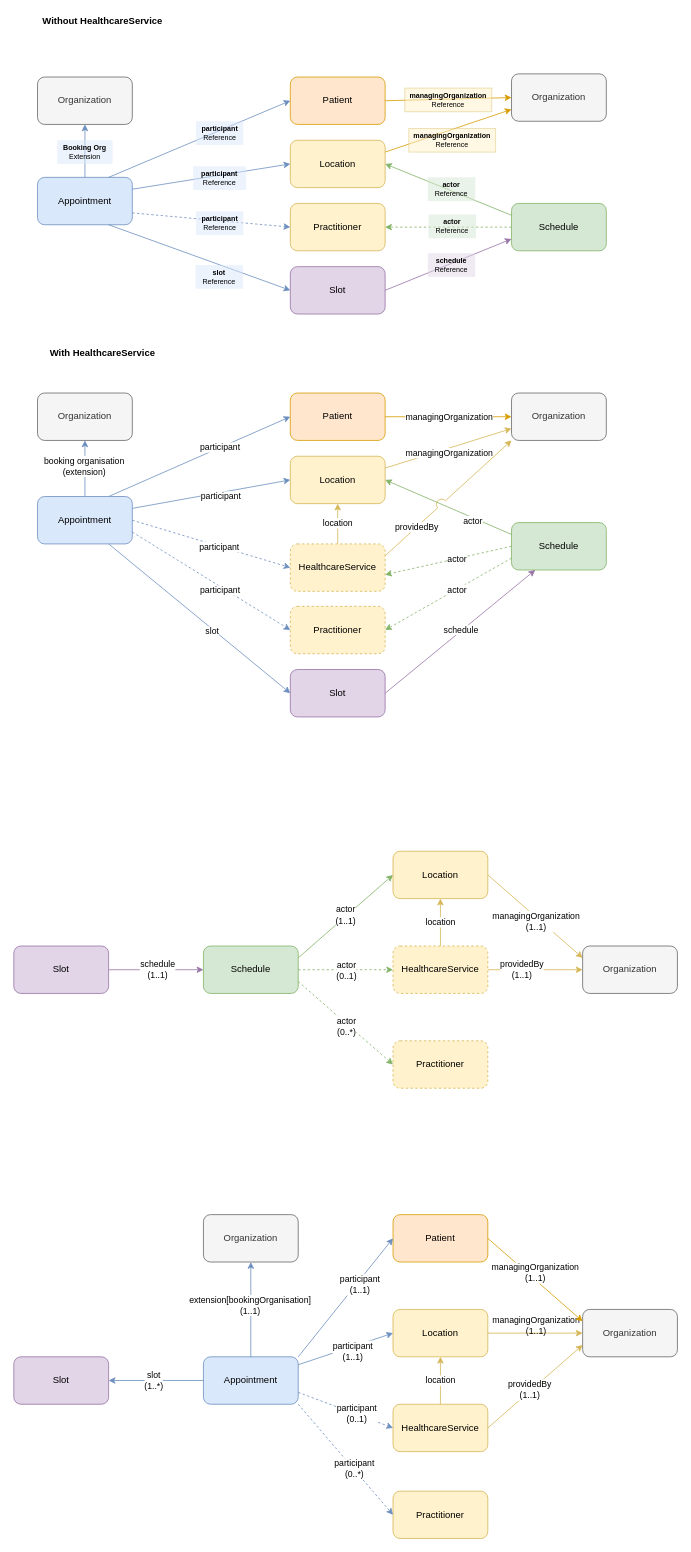
The draw.io diagram _diagrams-source/Draw.io/appointments-resource-relationships.drawio in nhsconnect/gpconnect, before the edit. Source tidied: cells renumbered, new cells numbered last; positions are measured from the earlier drawing's top-left corner, leaving out a move shared by most shapes. Both pictures are drawn from the tidied source at 79%, with x=0, y=0 at pixel (13, 13).
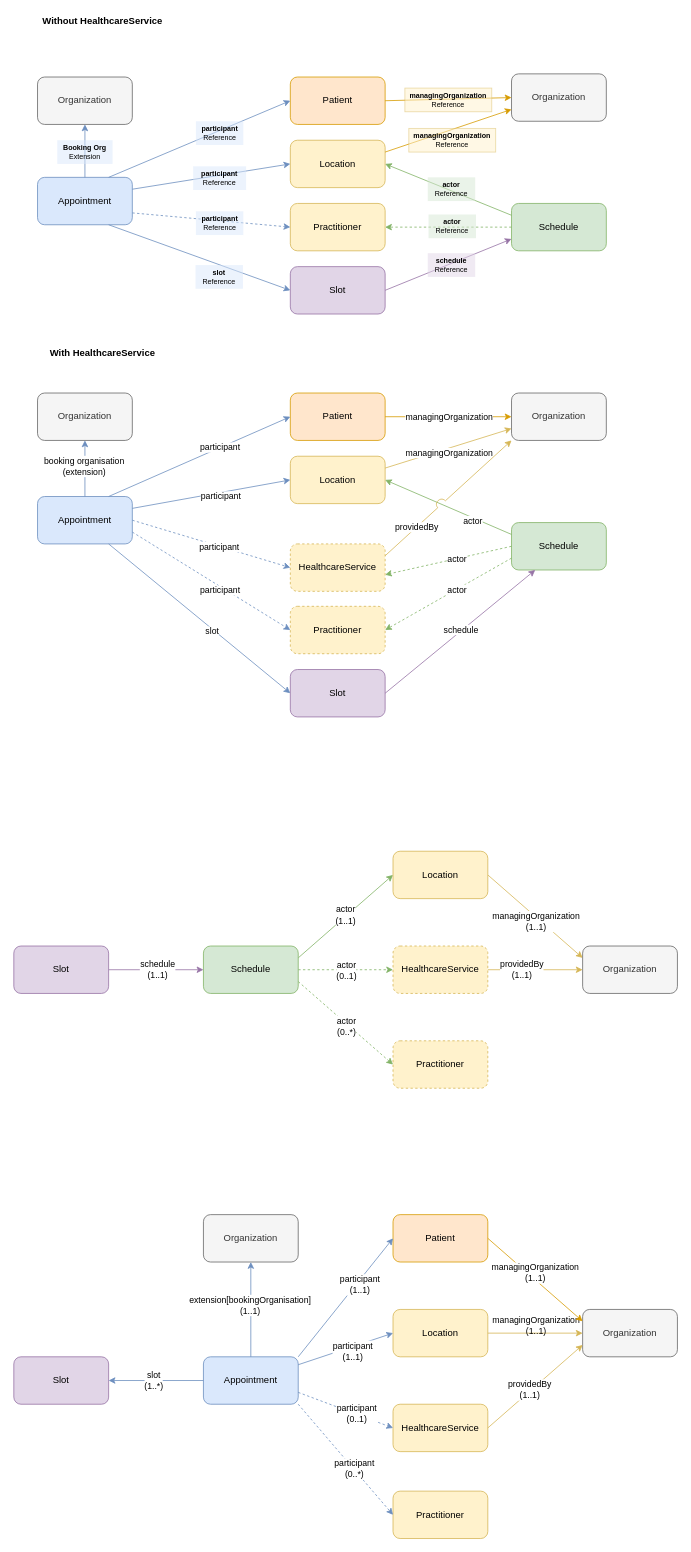
Above is the later version.

Unchanged cells that the change refers to:
```xml
<mxCell id="33" value="Location" style="rounded=1;whiteSpace=wrap;html=1;fillColor=#fff2cc;strokeColor=#d6b656;" parent="1" vertex="1">
  <mxGeometry x="350" y="560" width="120" height="60" as="geometry" />
</mxCell>
<mxCell id="57" value="HealthcareService" style="rounded=1;whiteSpace=wrap;html=1;fillColor=#fff2cc;strokeColor=#d6b656;dashed=1;" parent="1" vertex="1">
  <mxGeometry x="350" y="671" width="120" height="60" as="geometry" />
</mxCell>
<mxCell id="68" value="Location" style="rounded=1;whiteSpace=wrap;html=1;fillColor=#fff2cc;strokeColor=#d6b656;" parent="1" vertex="1">
  <mxGeometry x="480" y="1640" width="120" height="60" as="geometry" />
</mxCell>
<mxCell id="83" value="HealthcareService" style="rounded=1;whiteSpace=wrap;html=1;fillColor=#fff2cc;strokeColor=#d6b656;" parent="1" vertex="1">
  <mxGeometry x="480" y="1760" width="120" height="60" as="geometry" />
</mxCell>
<mxCell id="108" value="Location" style="rounded=1;whiteSpace=wrap;html=1;fillColor=#fff2cc;strokeColor=#d6b656;" parent="1" vertex="1">
  <mxGeometry x="480" y="1060" width="120" height="60" as="geometry" />
</mxCell>
<mxCell id="113" value="HealthcareService" style="rounded=1;whiteSpace=wrap;html=1;fillColor=#fff2cc;strokeColor=#d6b656;dashed=1;" parent="1" vertex="1">
  <mxGeometry x="480" y="1180" width="120" height="60" as="geometry" />
</mxCell>
```

Diff of the diagram source:
```diff
@@
-    <mxCell id="56" value="location" style="edgeStyle=orthogonalEdgeStyle;rounded=0;jettySize=auto;html=1;exitX=0.5;exitY=0;exitDx=0;exitDy=0;entryX=0.5;entryY=1;entryDx=0;entryDy=0;fillColor=#fff2cc;strokeColor=#d6b656;" parent="1" edge="1" source="57" target="33">
-      <mxGeometry relative="1" as="geometry" />
-    </mxCell>
@@
-    <mxCell id="82" value="location" style="edgeStyle=orthogonalEdgeStyle;rounded=0;jettySize=auto;html=1;exitX=0.5;exitY=0;exitDx=0;exitDy=0;entryX=0.5;entryY=1;entryDx=0;entryDy=0;fillColor=#fff2cc;strokeColor=#d6b656;" parent="1" edge="1" source="83" target="68">
-      <mxGeometry relative="1" as="geometry" />
-    </mxCell>
@@
-    <mxCell id="110" value="location" style="edgeStyle=orthogonalEdgeStyle;rounded=0;jettySize=auto;html=1;exitX=0.5;exitY=0;exitDx=0;exitDy=0;entryX=0.5;entryY=1;entryDx=0;entryDy=0;fillColor=#fff2cc;strokeColor=#d6b656;" parent="1" edge="1" source="113" target="108">
-      <mxGeometry relative="1" as="geometry" />
-    </mxCell>
```
